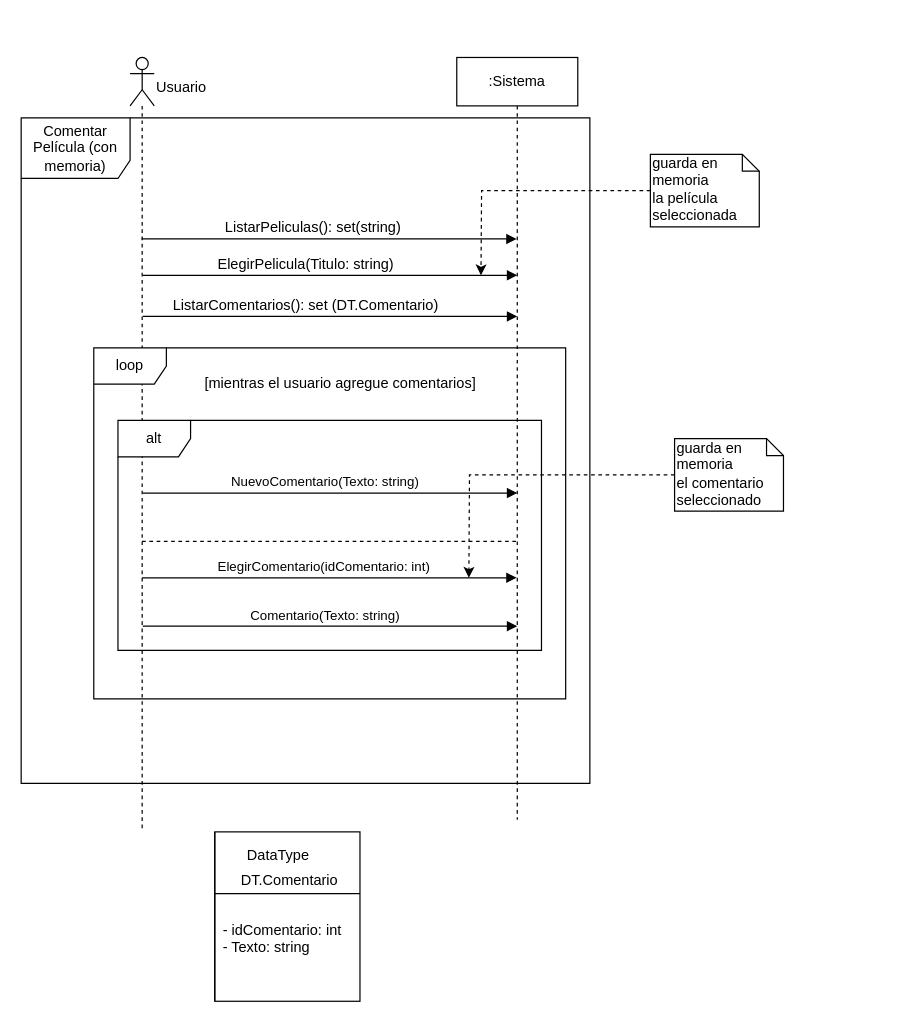
Before: DSS_y_Contratos/ComentarPelicula.drawio in febentancor/ObligatorioPAV, a draw.io diagram. Source tidied: cells renumbered, new cells numbered last; positions are measured from the earlier drawing's top-left corner, leaving out a move shared by most shapes. Both pictures are drawn from the tidied source at 121%, with x=0, y=0 at pixel (21, 57).
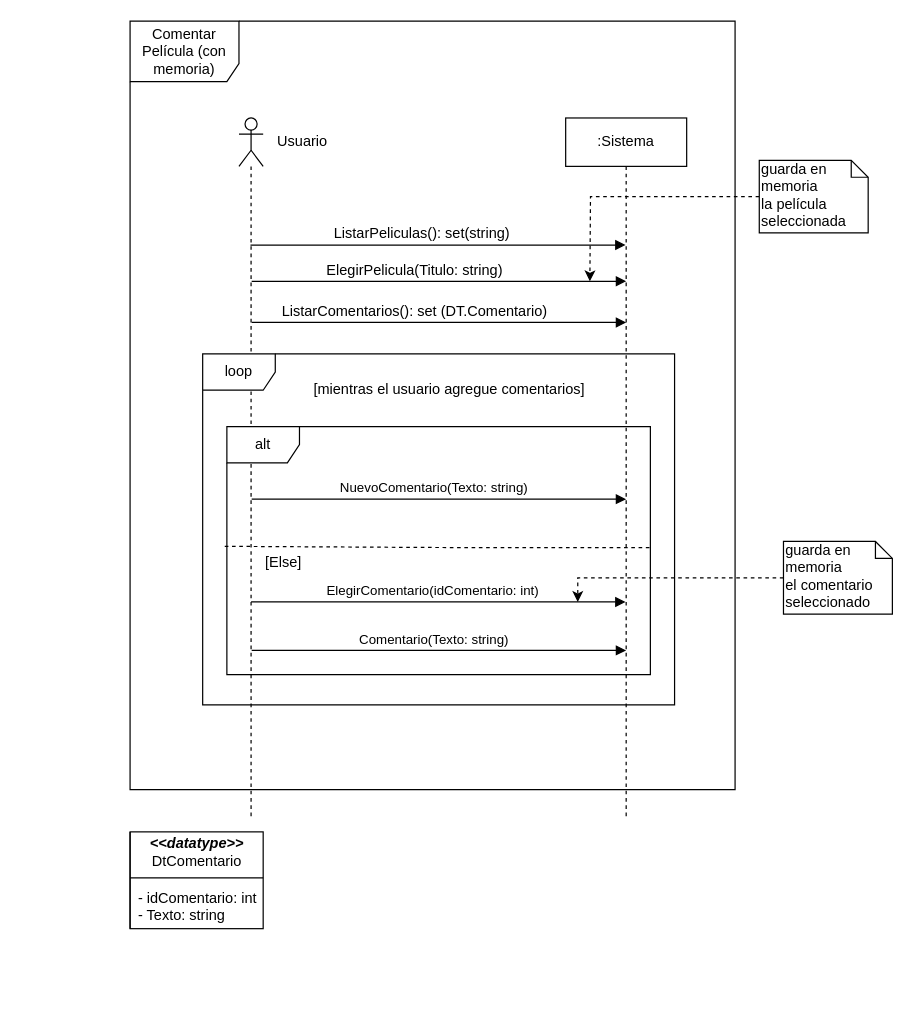
The same diagram, later.

Change to the diagram source:
```diff
@@
     <mxCell id="2" value="Comentar Película (con memoria)" style="shape=umlFrame;whiteSpace=wrap;html=1;width=90;height=50;" parent="1" vertex="1">
-      <mxGeometry y="50" width="470" height="550" as="geometry" />
+      <mxGeometry x="90" y="-30" width="500" height="635" as="geometry" />
     </mxCell>
     <mxCell id="3" style="shape=umlLifeline;participant=umlActor;perimeter=lifelinePerimeter;whiteSpace=wrap;html=1;verticalAlign=top;spacingTop=36;labelBackgroundColor=#ffffff;outlineConnect=0;" parent="1" vertex="1">
-      <mxGeometry x="90" width="20" height="640" as="geometry" />
+      <mxGeometry x="180" y="50" width="20" height="580" as="geometry" />
     </mxCell>
     <mxCell id="4" value=":Sistema" style="shape=umlLifeline;perimeter=lifelinePerimeter;whiteSpace=wrap;html=1;outlineConnect=0;" parent="1" vertex="1">
-      <mxGeometry x="360" width="100" height="630" as="geometry" />
+      <mxGeometry x="450" y="50" width="100" height="580" as="geometry" />
     </mxCell>
     <mxCell id="5" style="html=1;verticalAlign=bottom;endArrow=block;" parent="1" edge="1" source="3" target="4">
       <mxGeometry relative="1" as="geometry">
         <Array as="points">
-          <mxPoint x="260" y="150" />
+          <mxPoint x="350" y="155" />
         </Array>
       </mxGeometry>
     </mxCell>
@@
     <mxCell id="7" value="loop" style="shape=umlFrame;whiteSpace=wrap;html=1;" parent="1" vertex="1">
-      <mxGeometry x="60" y="240" width="390" height="290" as="geometry" />
+      <mxGeometry x="150" y="245" width="390" height="290" as="geometry" />
     </mxCell>
     <mxCell id="8" value="[mientras el usuario agregue comentarios]" style="text;html=1;align=left;verticalAlign=top;spacingTop=-4;" parent="1" vertex="1">
-      <mxGeometry x="150" y="260" width="240" height="20" as="geometry" />
+      <mxGeometry x="240" y="265" width="240" height="20" as="geometry" />
     </mxCell>
     <mxCell id="9" value="alt" style="shape=umlFrame;whiteSpace=wrap;html=1;" parent="1" vertex="1">
-      <mxGeometry x="80" y="300" width="350" height="190" as="geometry" />
+      <mxGeometry x="170" y="305" width="350" height="205" as="geometry" />
     </mxCell>
     <mxCell id="10" value="NuevoComentario(Texto: string)" style="html=1;verticalAlign=bottom;endArrow=block;" parent="1" edge="1">
       <mxGeometry x="-0.03" relative="1" as="geometry">
-        <mxPoint x="100.5" y="360" as="sourcePoint" />
-        <mxPoint x="410" y="360" as="targetPoint" />
+        <mxPoint x="190.5" y="365" as="sourcePoint" />
+        <mxPoint x="500" y="365" as="targetPoint" />
       </mxGeometry>
     </mxCell>
     <mxCell id="11" style="edgeStyle=orthogonalEdgeStyle;rounded=0;jettySize=auto;html=1;dashed=1;" parent="1" edge="1" source="12">
       <mxGeometry relative="1" as="geometry">
-        <mxPoint x="380" y="180" as="targetPoint" />
+        <mxPoint x="470" y="185" as="targetPoint" />
       </mxGeometry>
     </mxCell>
     <mxCell id="12" value="&lt;div&gt;guarda en &lt;br&gt;&lt;/div&gt;&lt;div&gt;memoria &lt;br&gt;&lt;/div&gt;&lt;div&gt;la película seleccionada&lt;/div&gt;" style="shape=note;whiteSpace=wrap;html=1;size=14;verticalAlign=top;align=left;spacingTop=-6;" parent="1" vertex="1">
-      <mxGeometry x="520" y="80" width="90" height="60" as="geometry" />
+      <mxGeometry x="610" y="85" width="90" height="60" as="geometry" />
     </mxCell>
     <mxCell id="13" style="edgeStyle=orthogonalEdgeStyle;rounded=0;jettySize=auto;html=1;dashed=1;" parent="1" edge="1" source="14">
       <mxGeometry relative="1" as="geometry">
-        <mxPoint x="370" y="430" as="targetPoint" />
+        <mxPoint x="460" y="450" as="targetPoint" />
+        <Array as="points">
+          <mxPoint x="460" y="430" />
+        </Array>
       </mxGeometry>
     </mxCell>
     <mxCell id="14" value="&lt;div&gt;guarda en &lt;br&gt;&lt;/div&gt;&lt;div&gt;memoria &lt;br&gt;&lt;/div&gt;&lt;div&gt;el comentario seleccionado&lt;br&gt;&lt;/div&gt;" style="shape=note;whiteSpace=wrap;html=1;size=14;verticalAlign=top;align=left;spacingTop=-6;" parent="1" vertex="1">
-      <mxGeometry x="540" y="315" width="90" height="60" as="geometry" />
+      <mxGeometry x="630" y="400" width="90" height="60" as="geometry" />
     </mxCell>
     <mxCell id="15" style="html=1;verticalAlign=bottom;endArrow=block;" parent="1" edge="1">
       <mxGeometry relative="1" as="geometry">
-        <mxPoint x="100.5" y="180" as="sourcePoint" />
-        <mxPoint x="410" y="180" as="targetPoint" />
+        <mxPoint x="190.5" y="185" as="sourcePoint" />
+        <mxPoint x="500" y="185" as="targetPoint" />
       </mxGeometry>
     </mxCell>
@@
     <mxCell id="17" style="html=1;verticalAlign=bottom;endArrow=block;" parent="1" edge="1">
       <mxGeometry relative="1" as="geometry">
-        <mxPoint x="100.5" y="214" as="sourcePoint" />
-        <mxPoint x="410" y="214" as="targetPoint" />
+        <mxPoint x="190.5" y="219" as="sourcePoint" />
+        <mxPoint x="500" y="219" as="targetPoint" />
       </mxGeometry>
     </mxCell>
@@
-    <mxCell id="19" style="endArrow=none;dashed=1;html=1;exitX=0.057;exitY=0.526;exitDx=0;exitDy=0;exitPerimeter=0;" parent="1" edge="1" source="9">
+    <mxCell id="19" style="endArrow=none;dashed=1;html=1;exitX=-0.005;exitY=0.483;exitDx=0;exitDy=0;exitPerimeter=0;" parent="1" edge="1" source="9">
       <mxGeometry relative="1" as="geometry">
-        <mxPoint x="410" y="400" as="targetPoint" />
+        <mxPoint x="520" y="405" as="targetPoint" />
         <Array as="points">
-          <mxPoint x="255" y="400" />
+          <mxPoint x="345" y="405" />
         </Array>
       </mxGeometry>
     </mxCell>
     <mxCell id="20" value="ElegirComentario(idComentario: int)" style="html=1;verticalAlign=bottom;endArrow=block;" parent="1" edge="1">
       <mxGeometry x="-0.03" relative="1" as="geometry">
-        <mxPoint x="100" y="430" as="sourcePoint" />
-        <mxPoint x="409.5" y="430" as="targetPoint" />
+        <mxPoint x="190" y="450" as="sourcePoint" />
+        <mxPoint x="499.5" y="450" as="targetPoint" />
       </mxGeometry>
     </mxCell>
     <mxCell id="21" value="Comentario(Texto: string)" style="html=1;verticalAlign=bottom;endArrow=block;" parent="1" edge="1">
       <mxGeometry x="-0.03" relative="1" as="geometry">
-        <mxPoint x="100.5" y="470" as="sourcePoint" />
-        <mxPoint x="410" y="470" as="targetPoint" />
+        <mxPoint x="190.5" y="490" as="sourcePoint" />
+        <mxPoint x="500" y="490" as="targetPoint" />
       </mxGeometry>
     </mxCell>
     <mxCell id="22" value="Usuario" style="text;html=1;align=left;verticalAlign=top;spacingTop=-4;" parent="1" vertex="1">
-      <mxGeometry x="110" y="15" width="60" height="20" as="geometry" />
+      <mxGeometry x="210" y="60" width="60" height="20" as="geometry" />
     </mxCell>
-    <mxCell id="23" style="shape=internalStorage;whiteSpace=wrap;html=1;backgroundOutline=1;dx=0;dy=51;" parent="1" vertex="1">
-      <mxGeometry x="160" y="640" width="120" height="140" as="geometry" />
-    </mxCell>
-    <mxCell id="24" value="DataType" style="text;html=1;align=left;verticalAlign=top;spacingTop=-4;" parent="1" vertex="1">
-      <mxGeometry x="185" y="650" width="70" height="20" as="geometry" />
-    </mxCell>
-    <mxCell id="25" value="DT.Comentario" style="text;html=1;align=left;verticalAlign=top;spacingTop=-4;" parent="1" vertex="1">
-      <mxGeometry x="180" y="670" width="100" height="20" as="geometry" />
-    </mxCell>
+    <mxCell id="27" style="shape=internalStorage;whiteSpace=wrap;html=1;backgroundOutline=1;dx=0;dy=38;" parent="1" vertex="1">
+      <mxGeometry x="90" y="640" width="110" height="80" as="geometry" />
+    </mxCell>
+    <mxCell id="28" value="&lt;i&gt;&lt;b&gt;&amp;lt;&amp;lt;datatype&amp;gt;&amp;gt;&lt;/b&gt;&lt;/i&gt;" style="text;html=1;align=center;verticalAlign=top;spacingTop=-4;" parent="1" vertex="1">
+      <mxGeometry x="100" y="640" width="90" height="20" as="geometry" />
+    </mxCell>
+    <mxCell id="29" value="DtComentario" style="text;html=1;align=center;verticalAlign=top;spacingTop=-4;" parent="1" vertex="1">
+      <mxGeometry x="100" y="655" width="90" height="20" as="geometry" />
+    </mxCell>
     <mxCell id="26" value="- idComentario: int&lt;br&gt;- Texto: string&lt;br&gt;" style="text;html=1;align=left;verticalAlign=top;spacingTop=-4;" parent="1" vertex="1">
-      <mxGeometry x="165" y="712" width="110" height="30" as="geometry" />
+      <mxGeometry x="95" y="685" width="110" height="30" as="geometry" />
     </mxCell>
+    <mxCell id="30" value="[Else]" style="text;html=1;align=left;verticalAlign=top;spacingTop=-4;" parent="1" vertex="1">
+      <mxGeometry x="200" y="407.5" width="50" height="20" as="geometry" />
+    </mxCell>
```
